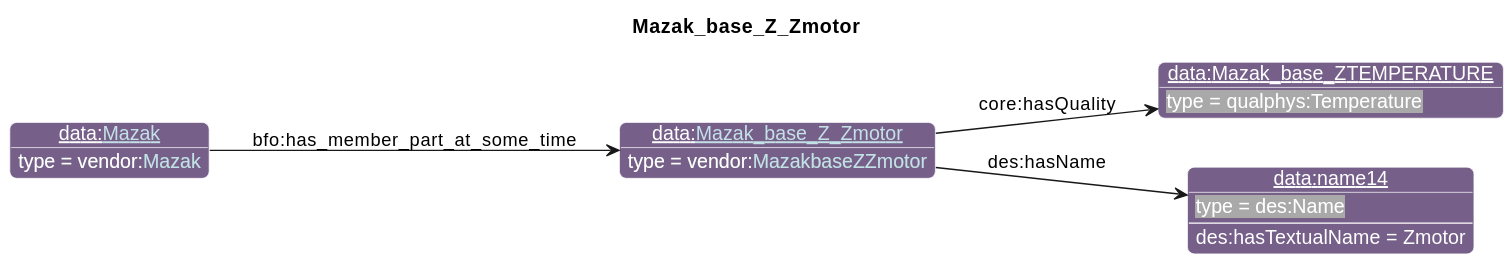
Earlier version of the PlantUML export diagrams/Mazak_base_Z_Zmotor.svg (iofoundry/example-syseng-mtconnect). Source of this version:
```plantuml
@startuml
!include ../iof.iuml

<style>
object {
  HyperlinkColor #C4E1E6
}
</style>

left to right direction
skinparam linetype polyline
title Mazak_base_Z_Zmotor

!$default_direction = down

!$namespace_colors = { "bfo":"DFA702",
                      "iof":"1E90FF",
                      "ns":"Green",
                      "ns1":"76608A",
                      "core":"000000",
                      "ex":"Green",
                      "data":"76608A",
                      "vendor":"76608A",
                      "units":"8A2D3B",
                      "cmns-dsg":"3A0519",
                      "qp":"641B2E"
      }
individual(o0, data:[[./Mazak_base_Z_Zmotor.html Mazak_base_Z_Zmotor]], vendor:[[../Mazak.html#MazakbaseZZmotor MazakbaseZZmotor]])
individual(o1, data:Mazak_base_ZTEMPERATURE, qualphys:Temperature)
individual(o2, data:name14, des:Name)
individual(o3, data:[[./Mazak.html Mazak]], vendor:[[../Mazak.html#Mazak Mazak]])
property(o0, "core:hasQuality", o1)
property(o0, "des:hasName", o2)
data(o2, "des:hasTextualName", "Zmotor")
property(o3, "bfo:has_member_part_at_some_time", o0)
@enduml
```
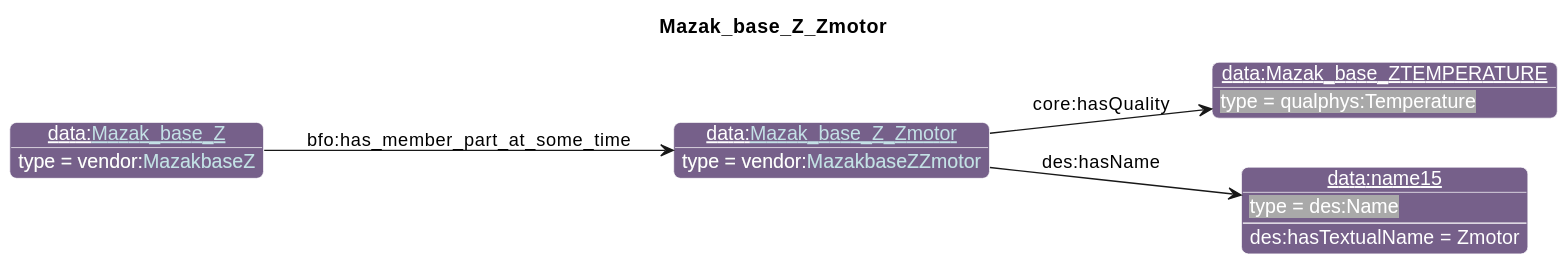
After the change.

Change to the diagram source:
```diff
@@ -27,8 +27,8 @@
       }
 individual(o0, data:[[./Mazak_base_Z_Zmotor.html Mazak_base_Z_Zmotor]], vendor:[[../Mazak.html#MazakbaseZZmotor MazakbaseZZmotor]])
 individual(o1, data:Mazak_base_ZTEMPERATURE, qualphys:Temperature)
-individual(o2, data:name14, des:Name)
-individual(o3, data:[[./Mazak.html Mazak]], vendor:[[../Mazak.html#Mazak Mazak]])
+individual(o2, data:name15, des:Name)
+individual(o3, data:[[./Mazak_base_Z.html Mazak_base_Z]], vendor:[[../Mazak.html#MazakbaseZ MazakbaseZ]])
 property(o0, "core:hasQuality", o1)
 property(o0, "des:hasName", o2)
 data(o2, "des:hasTextualName", "Zmotor")
```
